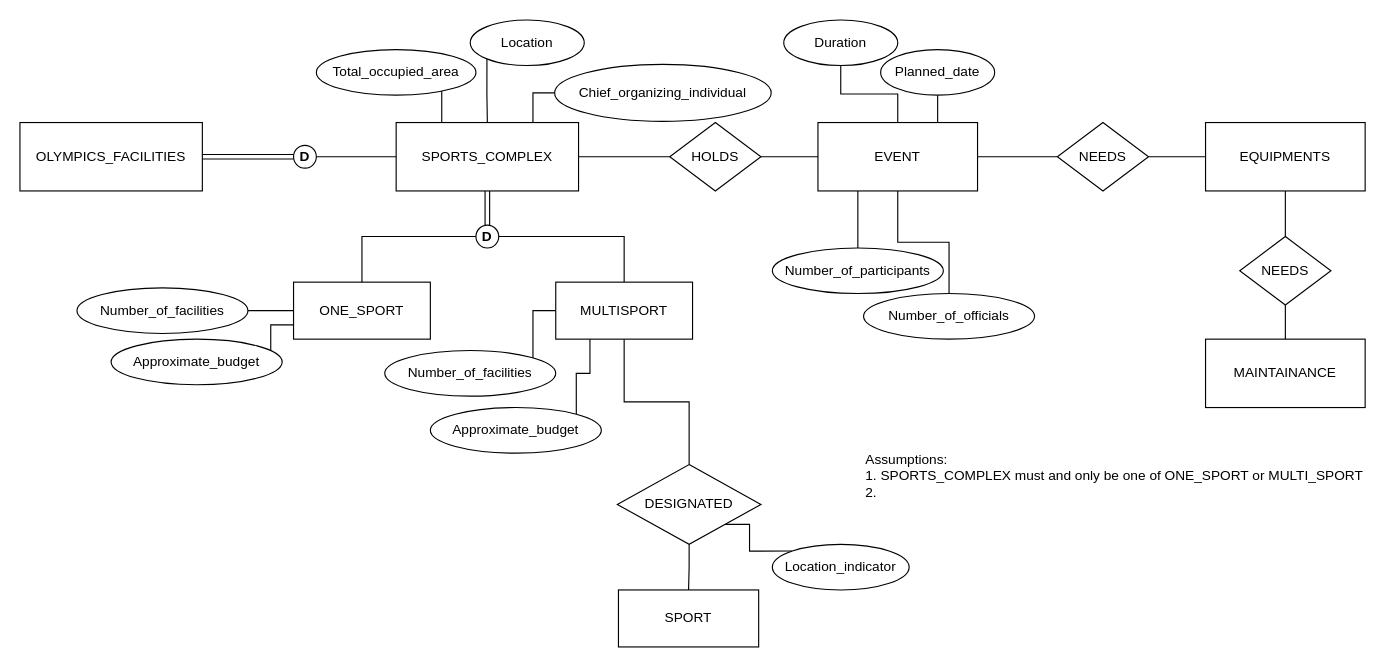
The draw.io diagram page "4.18" (3 of 4) of Untitled Diagram.drawio in cloudyyoung/cpsc-471, before the edit. Source tidied: cells renumbered, new cells numbered last; positions are measured from the earlier drawing's top-left corner, leaving out a move shared by most shapes. Both pictures are drawn from the tidied source at 114%, with x=0, y=0 at pixel (19, 19).
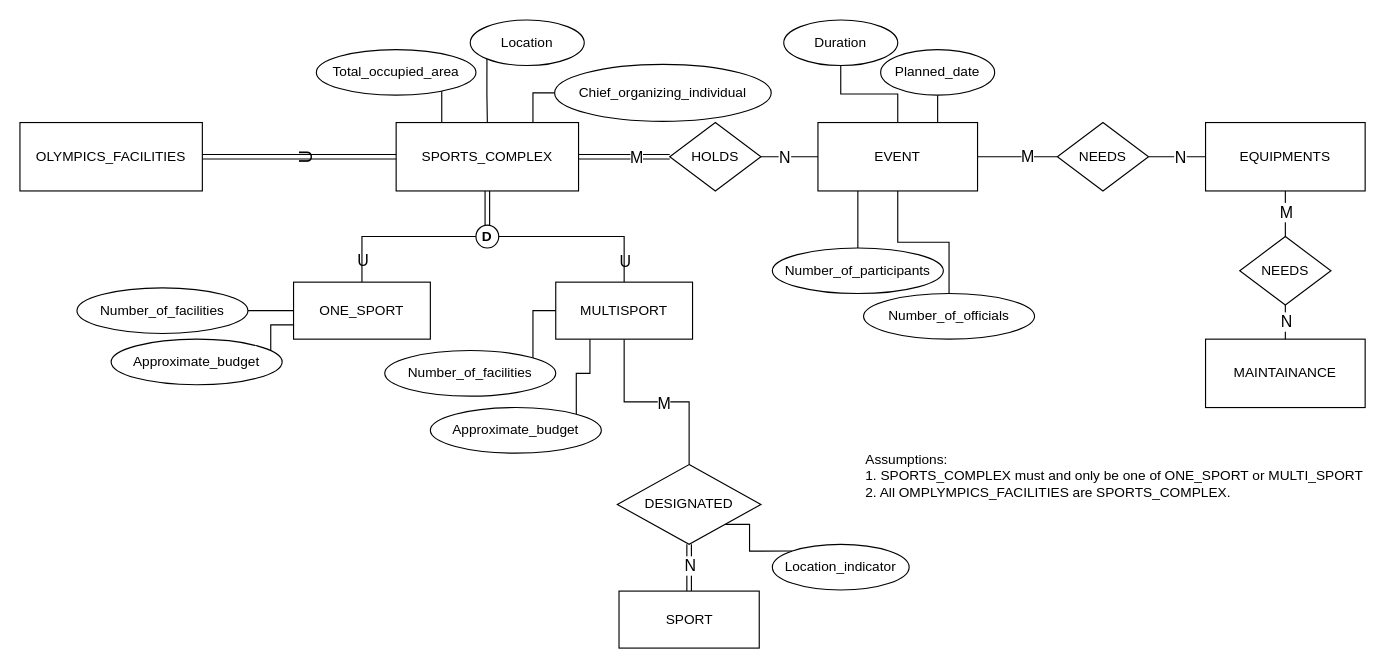
Above is the later version.

The change refers to these unchanged cells:
```xml
<mxCell id="2" style="edgeStyle=orthogonalEdgeStyle;rounded=0;jettySize=auto;html=1;entryX=0.5;entryY=0;entryDx=0;entryDy=0;endArrow=none;endFill=0;exitX=0;exitY=0.5;exitDx=0;exitDy=0;" parent="1" edge="1" source="9" target="6">
  <mxGeometry relative="1" as="geometry" />
</mxCell>
<mxCell id="3" style="edgeStyle=orthogonalEdgeStyle;rounded=0;jettySize=auto;html=1;entryX=0.5;entryY=0;entryDx=0;entryDy=0;startArrow=none;endArrow=none;endFill=0;" parent="1" edge="1" source="9" target="8">
  <mxGeometry relative="1" as="geometry" />
</mxCell>
<mxCell id="5" value="SPORTS_COMPLEX" style="rounded=0;whiteSpace=wrap;html=1;" parent="1" vertex="1">
  <mxGeometry x="330" y="90" width="160" height="60" as="geometry" />
</mxCell>
<mxCell id="7" style="edgeStyle=orthogonalEdgeStyle;rounded=0;jettySize=auto;html=1;endArrow=none;endFill=0;" parent="1" edge="1" source="8" target="54">
  <mxGeometry relative="1" as="geometry" />
</mxCell>
<mxCell id="19" style="edgeStyle=orthogonalEdgeStyle;rounded=0;jettySize=auto;html=1;endArrow=none;endFill=0;" parent="1" edge="1" source="20" target="34">
  <mxGeometry relative="1" as="geometry" />
</mxCell>
<mxCell id="21" style="edgeStyle=orthogonalEdgeStyle;rounded=0;jettySize=auto;html=1;endArrow=none;endFill=0;" parent="1" edge="1" source="22" target="20">
  <mxGeometry relative="1" as="geometry" />
</mxCell>
<mxCell id="22" value="HOLDS" style="rhombus;whiteSpace=wrap;html=1;rounded=0;" parent="1" vertex="1">
  <mxGeometry x="570" y="90" width="80" height="60" as="geometry" />
</mxCell>
<mxCell id="31" style="edgeStyle=orthogonalEdgeStyle;rounded=0;jettySize=auto;html=1;endArrow=none;endFill=0;" parent="1" edge="1" source="32" target="37">
  <mxGeometry relative="1" as="geometry" />
</mxCell>
<mxCell id="33" style="edgeStyle=orthogonalEdgeStyle;rounded=0;jettySize=auto;html=1;endArrow=none;endFill=0;" parent="1" edge="1" source="34" target="32">
  <mxGeometry relative="1" as="geometry" />
</mxCell>
<mxCell id="35" value="MAINTAINANCE" style="whiteSpace=wrap;html=1;align=center;" parent="1" vertex="1">
  <mxGeometry x="1040" y="280" width="140" height="60" as="geometry" />
</mxCell>
<mxCell id="37" value="NEEDS" style="rhombus;whiteSpace=wrap;html=1;" parent="1" vertex="1">
  <mxGeometry x="1070" y="190" width="80" height="60" as="geometry" />
</mxCell>
<mxCell id="48" value="OLYMPICS_FACILITIES" style="rounded=0;whiteSpace=wrap;html=1;" parent="1" vertex="1">
  <mxGeometry y="90" width="160" height="60" as="geometry" />
</mxCell>
<mxCell id="54" value="DESIGNATED" style="rhombus;whiteSpace=wrap;html=1;rounded=0;" parent="1" vertex="1">
  <mxGeometry x="524" y="390" width="126" height="70" as="geometry" />
</mxCell>
```

The edit, as a diff of the source:
```diff
@@
+    <mxCell id="56" value="U" style="edgeLabel;html=1;align=center;verticalAlign=middle;fontSize=14;labelBackgroundColor=none;" parent="2" vertex="1">
+      <mxGeometry x="0.52" y="-1" relative="1" as="geometry">
+        <mxPoint x="1" y="14" as="offset" />
+      </mxGeometry>
+    </mxCell>
@@
+    <mxCell id="57" value="U" style="edgeLabel;html=1;align=center;verticalAlign=middle;fontSize=14;labelBackgroundColor=none;" parent="3" vertex="1">
+      <mxGeometry x="0.65" relative="1" as="geometry">
+        <mxPoint y="7" as="offset" />
+      </mxGeometry>
+    </mxCell>
-    <mxCell id="4" style="edgeStyle=orthogonalEdgeStyle;rounded=0;jettySize=auto;html=1;endArrow=none;endFill=0;" parent="1" edge="1" source="5" target="22">
+    <mxCell id="4" style="edgeStyle=orthogonalEdgeStyle;rounded=0;jettySize=auto;html=1;endArrow=none;endFill=0;shape=link;" parent="1" edge="1" source="5" target="22">
       <mxGeometry relative="1" as="geometry" />
     </mxCell>
+    <mxCell id="58" value="M" style="edgeLabel;html=1;align=center;verticalAlign=middle;fontSize=14;" parent="4" vertex="1">
+      <mxGeometry x="0.69" y="1" relative="1" as="geometry">
+        <mxPoint x="-18" y="1" as="offset" />
+      </mxGeometry>
+    </mxCell>
@@
+    <mxCell id="59" value="M" style="edgeLabel;html=1;align=center;verticalAlign=middle;fontSize=14;" parent="7" vertex="1">
+      <mxGeometry x="0.19" y="-1" relative="1" as="geometry">
+        <mxPoint x="-10" as="offset" />
+      </mxGeometry>
+    </mxCell>
@@
+    <mxCell id="60" value="M" style="edgeLabel;html=1;align=center;verticalAlign=middle;fontSize=14;" parent="19" vertex="1">
+      <mxGeometry x="0.24" y="1" relative="1" as="geometry" />
+    </mxCell>
@@
+    <mxCell id="61" value="N" style="edgeLabel;html=1;align=center;verticalAlign=middle;fontSize=14;" parent="21" vertex="1">
+      <mxGeometry x="-0.24" y="1" relative="1" as="geometry">
+        <mxPoint x="1" y="1" as="offset" />
+      </mxGeometry>
+    </mxCell>
@@
+    <mxCell id="62" value="M" style="edgeLabel;html=1;align=center;verticalAlign=middle;fontSize=14;" parent="31" vertex="1">
+      <mxGeometry x="-0.3" relative="1" as="geometry">
+        <mxPoint y="4" as="offset" />
+      </mxGeometry>
+    </mxCell>
@@
+    <mxCell id="63" value="N" style="edgeLabel;html=1;align=center;verticalAlign=middle;fontSize=14;" parent="33" vertex="1">
+      <mxGeometry x="0.24" y="-1" relative="1" as="geometry">
+        <mxPoint x="-4" y="-1" as="offset" />
+      </mxGeometry>
+    </mxCell>
@@
     <mxCell id="36" style="edgeStyle=orthogonalEdgeStyle;rounded=0;jettySize=auto;html=1;endArrow=none;endFill=0;" parent="1" edge="1" source="37" target="35">
-      <mxGeometry relative="1" as="geometry" />
+      <mxGeometry relative="1" as="geometry">
+        <Array as="points">
+          <mxPoint x="1110" y="270" />
+          <mxPoint x="1110" y="270" />
+        </Array>
+      </mxGeometry>
     </mxCell>
+    <mxCell id="64" value="N" style="edgeLabel;html=1;align=center;verticalAlign=middle;fontSize=14;" parent="36" vertex="1">
+      <mxGeometry x="-0.69" relative="1" as="geometry">
+        <mxPoint y="9" as="offset" />
+      </mxGeometry>
+    </mxCell>
@@
-    <mxCell id="47" style="edgeStyle=orthogonalEdgeStyle;rounded=0;jettySize=auto;html=1;endArrow=none;endFill=0;entryX=0;entryY=0.5;entryDx=0;entryDy=0;shape=link;" parent="1" edge="1" source="48" target="51">
+    <mxCell id="47" style="edgeStyle=orthogonalEdgeStyle;rounded=0;jettySize=auto;html=1;endArrow=none;endFill=0;entryX=0;entryY=0.5;entryDx=0;entryDy=0;shape=link;" parent="1" edge="1" source="48" target="5">
       <mxGeometry relative="1" as="geometry" />
     </mxCell>
+    <mxCell id="65" value="U" style="edgeLabel;html=1;align=center;verticalAlign=middle;fontSize=16;labelBackgroundColor=none;rotation=-90;" parent="47" vertex="1">
+      <mxGeometry x="0.27" y="-2" relative="1" as="geometry">
+        <mxPoint x="-18" as="offset" />
+      </mxGeometry>
+    </mxCell>
@@
-    <mxCell id="49" style="edgeStyle=orthogonalEdgeStyle;rounded=0;jettySize=auto;html=1;entryX=0;entryY=0.5;entryDx=0;entryDy=0;endArrow=none;endFill=0;exitX=1;exitY=0.5;exitDx=0;exitDy=0;" parent="1" edge="1" source="51" target="5">
-      <mxGeometry relative="1" as="geometry" />
-    </mxCell>
-    <mxCell id="50" value="Assumptions:&lt;br&gt;1. SPORTS_COMPLEX must and only be one of ONE_SPORT or MULTI_SPORT&lt;br&gt;2.&amp;nbsp;" style="text;html=1;align=left;verticalAlign=middle;strokeColor=none;fillColor=none;" parent="1" vertex="1">
+    <mxCell id="50" value="Assumptions:&lt;br&gt;1. SPORTS_COMPLEX must and only be one of ONE_SPORT or MULTI_SPORT&lt;br&gt;2. All OMPLYMPICS_FACILITIES are SPORTS_COMPLEX." style="text;html=1;align=left;verticalAlign=middle;strokeColor=none;fillColor=none;" parent="1" vertex="1">
       <mxGeometry x="740" y="375" width="450" height="50" as="geometry" />
     </mxCell>
-    <mxCell id="51" value="&lt;b&gt;D&lt;/b&gt;" style="ellipse;whiteSpace=wrap;html=1;" parent="1" vertex="1">
-      <mxGeometry x="240" y="110" width="20" height="20" as="geometry" />
-    </mxCell>
     <mxCell id="52" value="SPORT" style="whiteSpace=wrap;html=1;align=center;" parent="1" vertex="1">
-      <mxGeometry x="525" y="500" width="123" height="50" as="geometry" />
+      <mxGeometry x="525.5" y="501" width="123" height="50" as="geometry" />
     </mxCell>
-    <mxCell id="53" style="edgeStyle=orthogonalEdgeStyle;rounded=0;jettySize=auto;html=1;endArrow=none;endFill=0;" parent="1" edge="1" source="54" target="52">
+    <mxCell id="53" style="edgeStyle=orthogonalEdgeStyle;rounded=0;jettySize=auto;html=1;endArrow=none;endFill=0;shape=link;" parent="1" edge="1" source="54" target="52">
       <mxGeometry relative="1" as="geometry" />
     </mxCell>
+    <mxCell id="66" value="N" style="edgeLabel;html=1;align=center;verticalAlign=middle;fontSize=14;" parent="53" vertex="1">
+      <mxGeometry x="-0.34" relative="1" as="geometry">
+        <mxPoint y="4" as="offset" />
+      </mxGeometry>
+    </mxCell>
```
